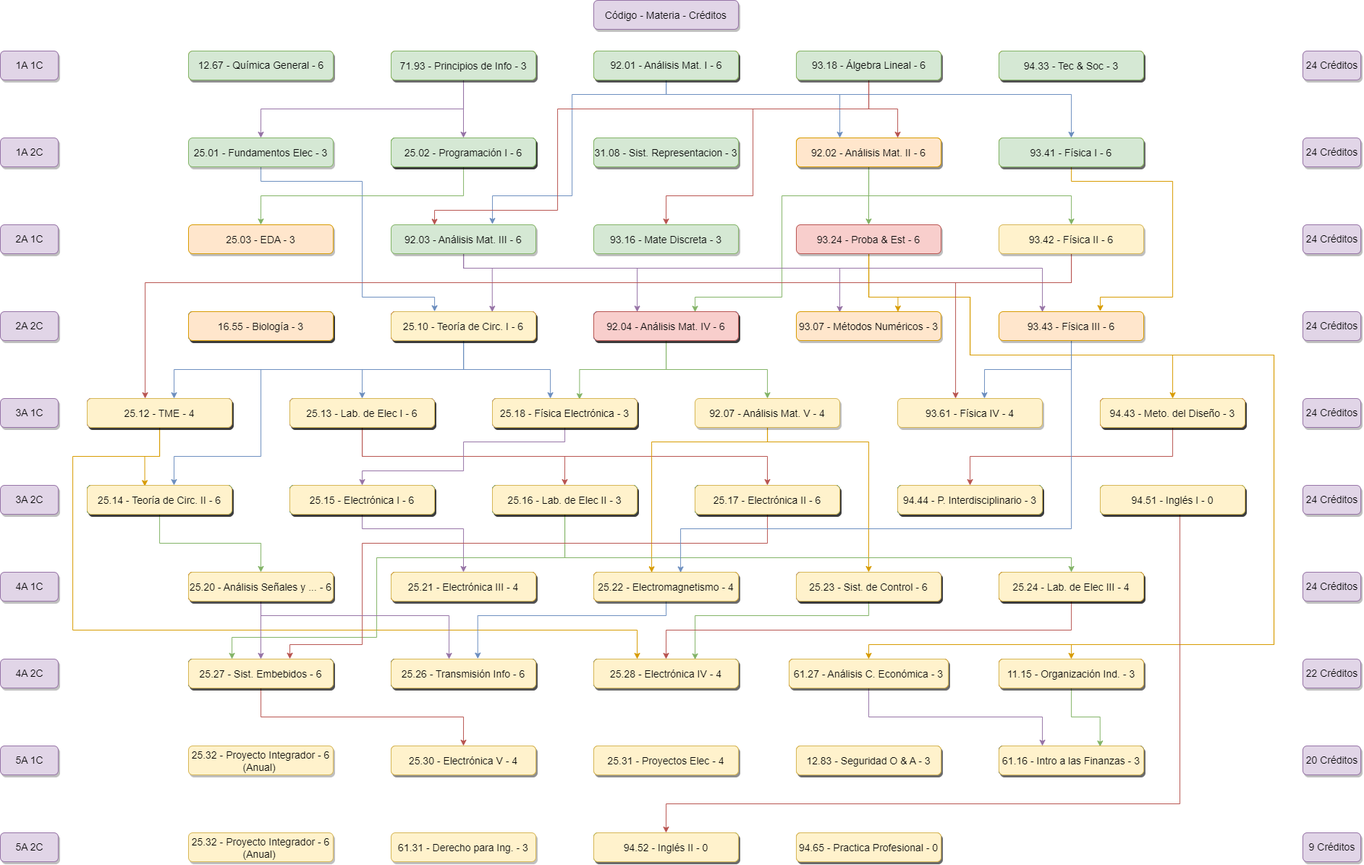
Above: K22.drawio.png in juanipla/K22 (draw.io), before the change. Source tidied: cells renumbered, new cells last; positions are measured from the earlier drawing's top-left corner, leaving out a move shared by most shapes.
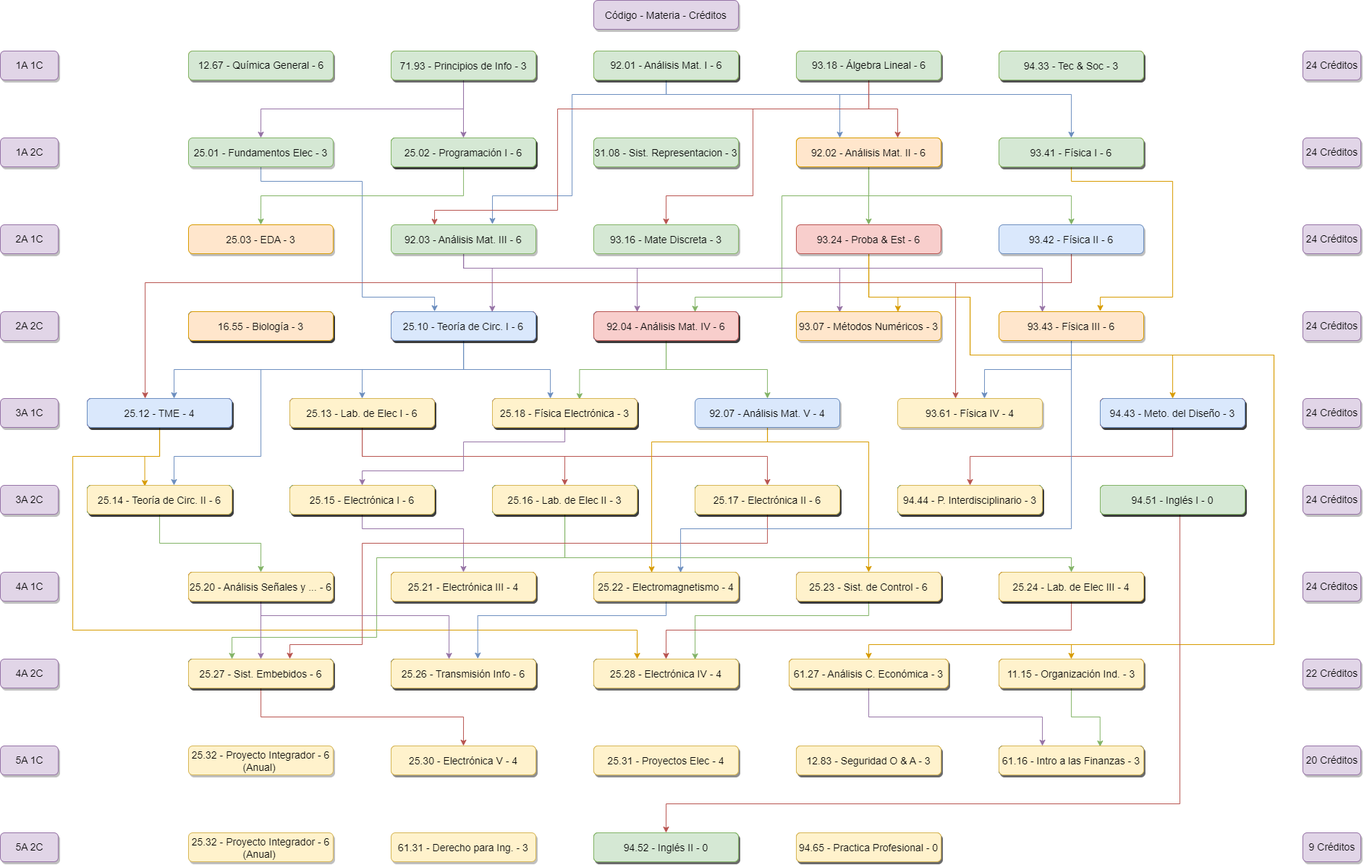
After the commit.

What changed in the source:
```diff
@@ -256,7 +256,7 @@
         </Array>
       </mxGeometry>
     </mxCell>
-    <mxCell id="41" value="93.42 - Física II - 6" style="rounded=1;fillColor=#fff2cc;strokeColor=#d6b656;shadow=1;fontStyle=0;fontSize=14;labelBorderColor=none;labelBackgroundColor=none;verticalAlign=middle;" parent="1" vertex="1">
+    <mxCell id="41" value="93.42 - Física II - 6" style="rounded=1;fillColor=#dae8fc;strokeColor=#6c8ebf;shadow=1;fontStyle=0;fontSize=14;labelBorderColor=none;labelBackgroundColor=none;verticalAlign=middle;" parent="1" vertex="1">
       <mxGeometry x="1380" y="310" width="200" height="40" as="geometry" />
     </mxCell>
     <mxCell id="42" value="1A 1C" style="rounded=1;fillColor=#e1d5e7;strokeColor=#9673a6;shadow=1;fontStyle=0;fontSize=14;labelBorderColor=none;labelBackgroundColor=none;html=1;" parent="1" vertex="1">
@@ -354,7 +354,7 @@
         </Array>
       </mxGeometry>
     </mxCell>
-    <mxCell id="62" value="92.07 - Análisis Mat. V - 4" style="rounded=1;fillColor=#fff2cc;strokeColor=#d6b656;shadow=1;fontStyle=0;fontSize=14;labelBorderColor=none;labelBackgroundColor=none;verticalAlign=middle;" parent="1" vertex="1">
+    <mxCell id="62" value="92.07 - Análisis Mat. V - 4" style="rounded=1;fillColor=#dae8fc;strokeColor=#6c8ebf;shadow=1;fontStyle=0;fontSize=14;labelBorderColor=none;labelBackgroundColor=none;verticalAlign=middle;" parent="1" vertex="1">
       <mxGeometry x="960" y="550" width="200" height="40" as="geometry" />
     </mxCell>
     <mxCell id="63" value="93.61 - Física IV - 4" style="rounded=1;fillColor=#fff2cc;strokeColor=#d6b656;shadow=1;fontStyle=0;fontSize=14;labelBorderColor=none;labelBackgroundColor=none;verticalAlign=middle;" parent="1" vertex="1">
@@ -847,7 +847,7 @@
     <mxCell id="192" value="61.16 - Intro a las Finanzas - 3" style="rounded=1;fillColor=#bac8d3;strokeColor=#23445d;shadow=1;fontStyle=0;fontSize=14;labelBorderColor=none;labelBackgroundColor=none;verticalAlign=middle;" parent="1" vertex="1">
       <mxGeometry x="1380" y="1030" width="200" height="40" as="geometry" />
     </mxCell>
-    <mxCell id="193" value="94.43 - Meto. del Diseño - 3" style="rounded=1;fillColor=#fff2cc;strokeColor=#d6b656;shadow=1;fontStyle=0;fontSize=14;labelBorderColor=none;labelBackgroundColor=none;verticalAlign=middle;" parent="1" vertex="1">
+    <mxCell id="193" value="94.43 - Meto. del Diseño - 3" style="rounded=1;fillColor=#dae8fc;strokeColor=#6c8ebf;shadow=1;fontStyle=0;fontSize=14;labelBorderColor=none;labelBackgroundColor=none;verticalAlign=middle;" parent="1" vertex="1">
       <mxGeometry x="1520" y="550" width="200" height="40" as="geometry" />
     </mxCell>
     <mxCell id="194" value="25.02 - Programación I - 6" style="rounded=1;fillColor=#d5e8d4;strokeColor=#82b366;shadow=1;fontStyle=0;fontSize=14;labelBorderColor=none;labelBackgroundColor=none;" parent="1" vertex="1">
@@ -856,7 +856,7 @@
     <mxCell id="195" value="16.55 - Biología - 3" style="rounded=1;fillColor=#ffe6cc;strokeColor=#d79b00;shadow=1;fontStyle=0;fontSize=14;labelBorderColor=none;labelBackgroundColor=none;" parent="1" vertex="1">
       <mxGeometry x="260" y="430" width="200" height="40" as="geometry" />
     </mxCell>
-    <mxCell id="196" value="25.10 - Teoría de Circ. I - 6" style="rounded=1;fillColor=#fff2cc;strokeColor=#d6b656;shadow=1;fontStyle=0;fontSize=14;labelBorderColor=none;labelBackgroundColor=none;" parent="1" vertex="1">
+    <mxCell id="196" value="25.10 - Teoría de Circ. I - 6" style="rounded=1;fillColor=#dae8fc;strokeColor=#6c8ebf;shadow=1;fontStyle=0;fontSize=14;labelBorderColor=none;labelBackgroundColor=none;" parent="1" vertex="1">
       <mxGeometry x="540" y="430" width="200" height="40" as="geometry" />
     </mxCell>
     <mxCell id="197" value="92.04 - Análisis Mat. IV - 6" style="rounded=1;fillColor=#f8cecc;strokeColor=#b85450;shadow=1;fontStyle=0;fontSize=14;labelBorderColor=none;labelBackgroundColor=none;verticalAlign=middle;" parent="1" vertex="1">
@@ -868,7 +868,7 @@
     <mxCell id="199" value="25.13 - Lab. de Elec I - 6" style="rounded=1;fillColor=#fff2cc;strokeColor=#d6b656;shadow=1;fontStyle=0;fontSize=14;labelBorderColor=none;labelBackgroundColor=none;" parent="1" vertex="1">
       <mxGeometry x="400" y="550" width="200" height="40" as="geometry" />
     </mxCell>
-    <mxCell id="200" value="25.12 - TME - 4" style="rounded=1;fillColor=#fff2cc;strokeColor=#d6b656;shadow=1;fontStyle=0;fontSize=14;labelBorderColor=none;labelBackgroundColor=none;" parent="1" vertex="1">
+    <mxCell id="200" value="25.12 - TME - 4" style="rounded=1;fillColor=#dae8fc;strokeColor=#6c8ebf;shadow=1;fontStyle=0;fontSize=14;labelBorderColor=none;labelBackgroundColor=none;" parent="1" vertex="1">
       <mxGeometry x="120" y="550" width="200" height="40" as="geometry" />
     </mxCell>
     <mxCell id="201" value="25.14 - Teoría de Circ. II - 6" style="rounded=1;fillColor=#fff2cc;strokeColor=#d6b656;shadow=1;fontStyle=0;fontSize=14;labelBorderColor=none;labelBackgroundColor=none;" parent="1" vertex="1">
@@ -886,7 +886,7 @@
     <mxCell id="205" value="94.44 - P. Interdisciplinario - 3" style="rounded=1;fillColor=#fff2cc;strokeColor=#d6b656;shadow=1;fontStyle=0;fontSize=14;labelBorderColor=none;labelBackgroundColor=none;verticalAlign=middle;" parent="1" vertex="1">
       <mxGeometry x="1240" y="670" width="200" height="40" as="geometry" />
     </mxCell>
-    <mxCell id="206" value="94.51 - Inglés I - 0" style="rounded=1;fillColor=#fff2cc;strokeColor=#d6b656;shadow=1;fontStyle=0;fontSize=14;labelBorderColor=none;labelBackgroundColor=none;verticalAlign=middle;" parent="1" vertex="1">
+    <mxCell id="206" value="94.51 - Inglés I - 0" style="rounded=1;fillColor=#d5e8d4;strokeColor=#82b366;shadow=1;fontStyle=0;fontSize=14;labelBorderColor=none;labelBackgroundColor=none;verticalAlign=middle;" parent="1" vertex="1">
       <mxGeometry x="1520" y="670" width="200" height="40" as="geometry" />
     </mxCell>
     <mxCell id="207" value="25.24 - Lab. de Elec III - 4" style="rounded=1;fillColor=#fff2cc;strokeColor=#d6b656;shadow=1;fontStyle=0;fontSize=14;labelBorderColor=none;labelBackgroundColor=none;verticalAlign=middle;" parent="1" vertex="1">
@@ -949,7 +949,7 @@
     <mxCell id="226" value="94.65 - Practica Profesional - 0" style="rounded=1;fillColor=#fff2cc;strokeColor=#d6b656;shadow=1;fontStyle=0;fontSize=14;labelBorderColor=none;labelBackgroundColor=none;verticalAlign=middle;" parent="1" vertex="1">
       <mxGeometry x="1100" y="1150" width="200" height="40" as="geometry" />
     </mxCell>
-    <mxCell id="227" value="94.52 - Inglés II - 0" style="rounded=1;fillColor=#fff2cc;strokeColor=#d6b656;shadow=1;fontStyle=0;fontSize=14;labelBorderColor=none;labelBackgroundColor=none;verticalAlign=middle;" parent="1" vertex="1">
+    <mxCell id="227" value="94.52 - Inglés II - 0" style="rounded=1;fillColor=#d5e8d4;strokeColor=#82b366;shadow=1;fontStyle=0;fontSize=14;labelBorderColor=none;labelBackgroundColor=none;verticalAlign=middle;" parent="1" vertex="1">
       <mxGeometry x="820" y="1150" width="200" height="40" as="geometry" />
     </mxCell>
     <mxCell id="228" value="&lt;font style=&quot;font-size: 14px&quot;&gt;12.67 - Química General - 6&lt;/font&gt;" style="rounded=1;fillColor=#d5e8d4;strokeColor=#82b366;shadow=1;fontStyle=0;fontSize=14;labelBorderColor=none;labelBackgroundColor=none;html=1;" parent="1" vertex="1">
```
